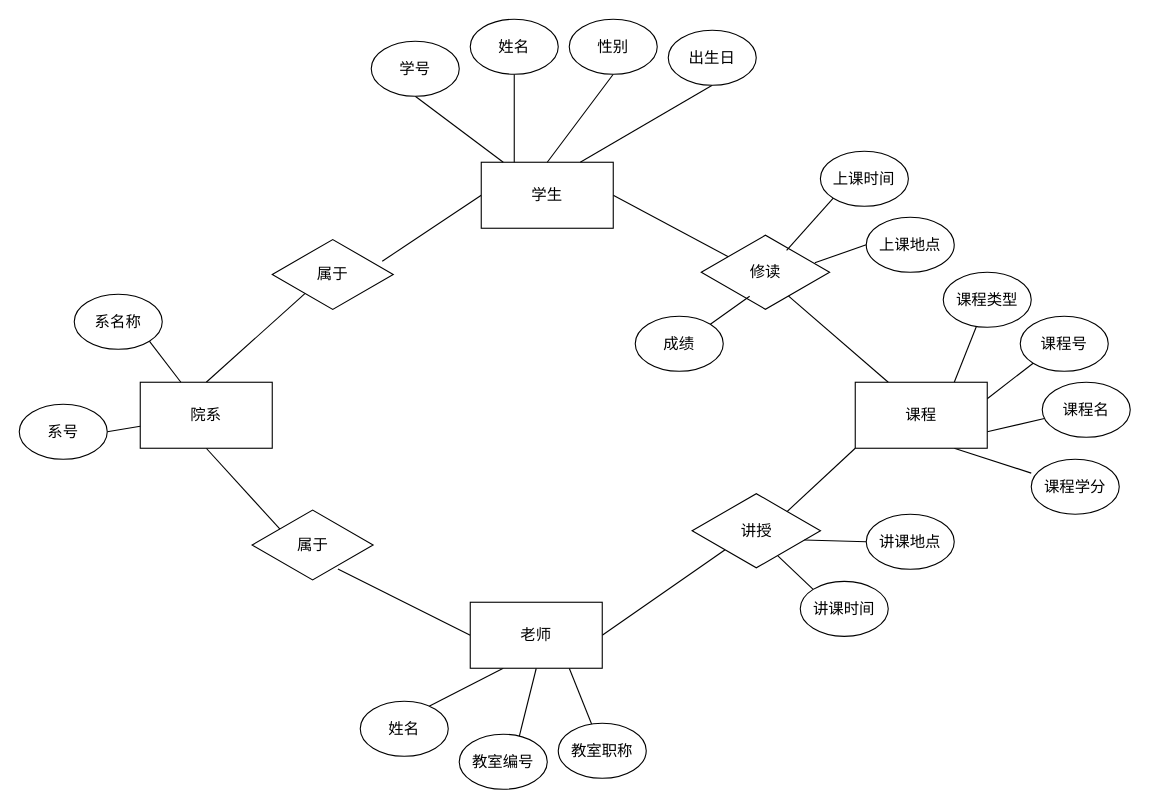
Above: 未命名绘图.drawio in WILL-yy/draw.io (draw.io), before the change. Source tidied: cells renumbered, new cells numbered last; positions are measured from the earlier drawing's top-left corner, leaving out a move shared by most shapes. Both pictures are drawn from the tidied source at 110%, with x=0, y=0 at pixel (19, 19).
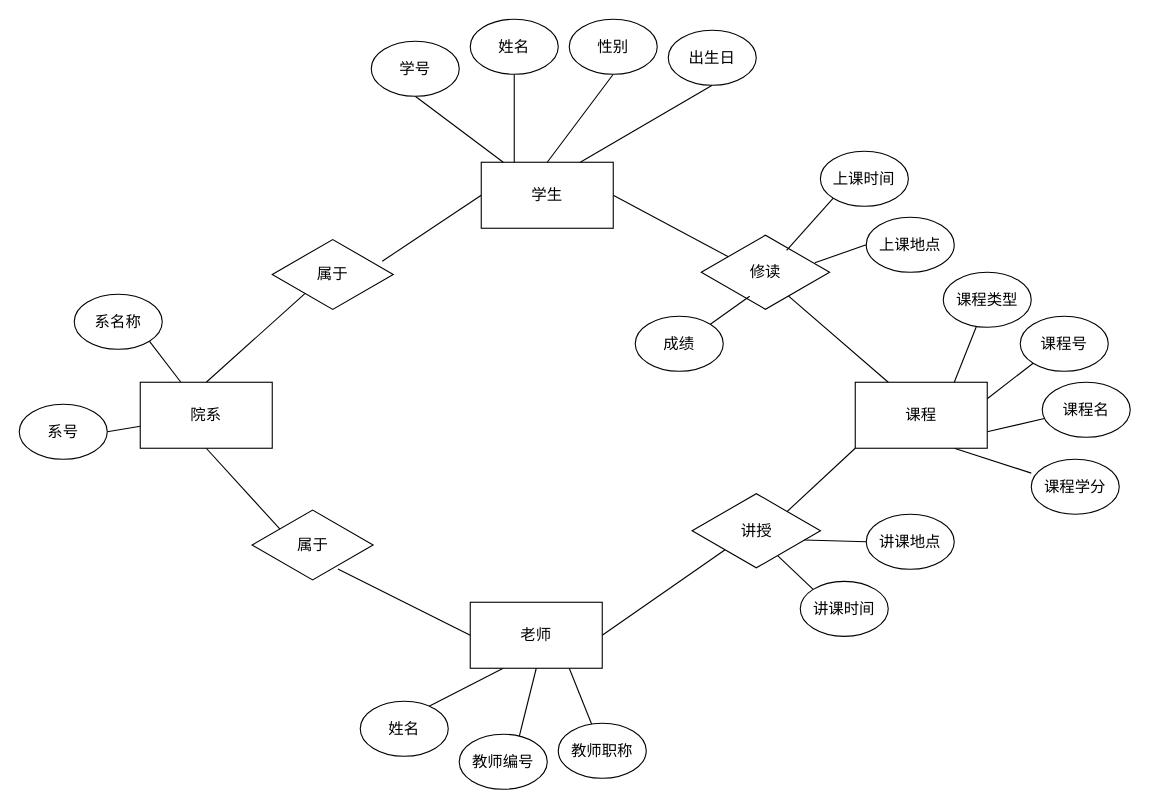
The same page after the edit.

Commit message:
数据库第三次作业绘图.drawio

Diff of the diagram source:
```diff
@@
-    <mxCell id="52" value="教室编号" style="ellipse;whiteSpace=wrap;html=1;fontSize=14;" parent="1" vertex="1">
+    <mxCell id="52" value="教师编号" style="ellipse;whiteSpace=wrap;html=1;fontSize=14;" parent="1" vertex="1">
       <mxGeometry x="400" y="650" width="80" height="50" as="geometry" />
     </mxCell>
-    <mxCell id="53" value="教室职称" style="ellipse;whiteSpace=wrap;html=1;fontSize=14;" parent="1" vertex="1">
+    <mxCell id="53" value="教师职称" style="ellipse;whiteSpace=wrap;html=1;fontSize=14;" parent="1" vertex="1">
       <mxGeometry x="490" y="640" width="80" height="50" as="geometry" />
     </mxCell>
```
